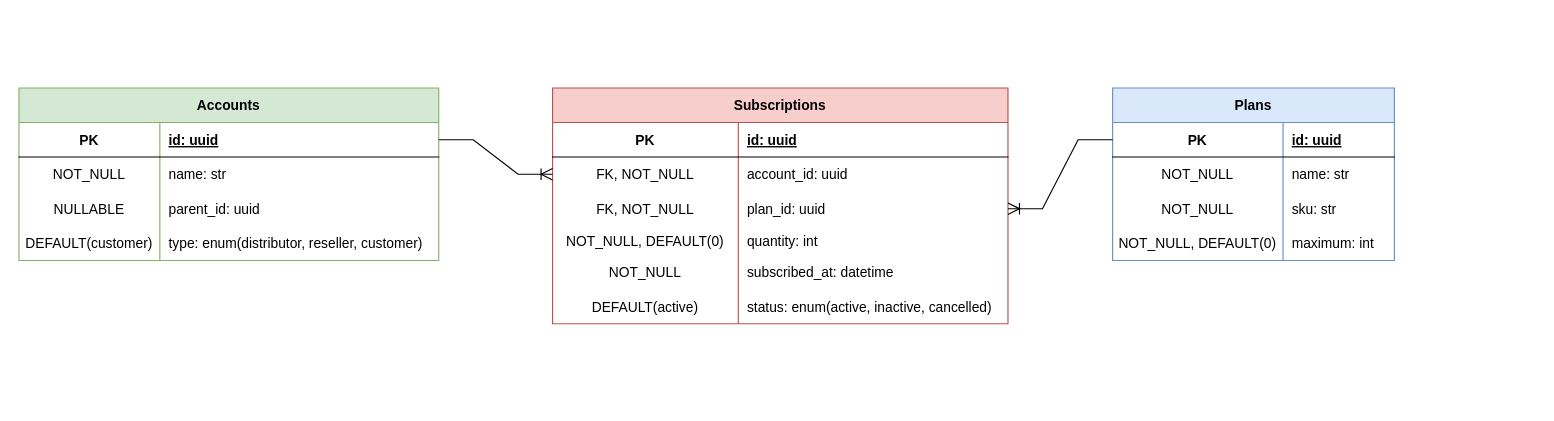
Before: page "E/R Model" (2 of 2) of diagrams.drawio in othercodes/sparring-storage, a draw.io diagram. Source tidied: cells renumbered, new cells numbered last; positions are measured from the earlier drawing's top-left corner, leaving out a move shared by most shapes. Both pictures are drawn from the tidied source at 115%, with x=0, y=0 at pixel (18, 87).
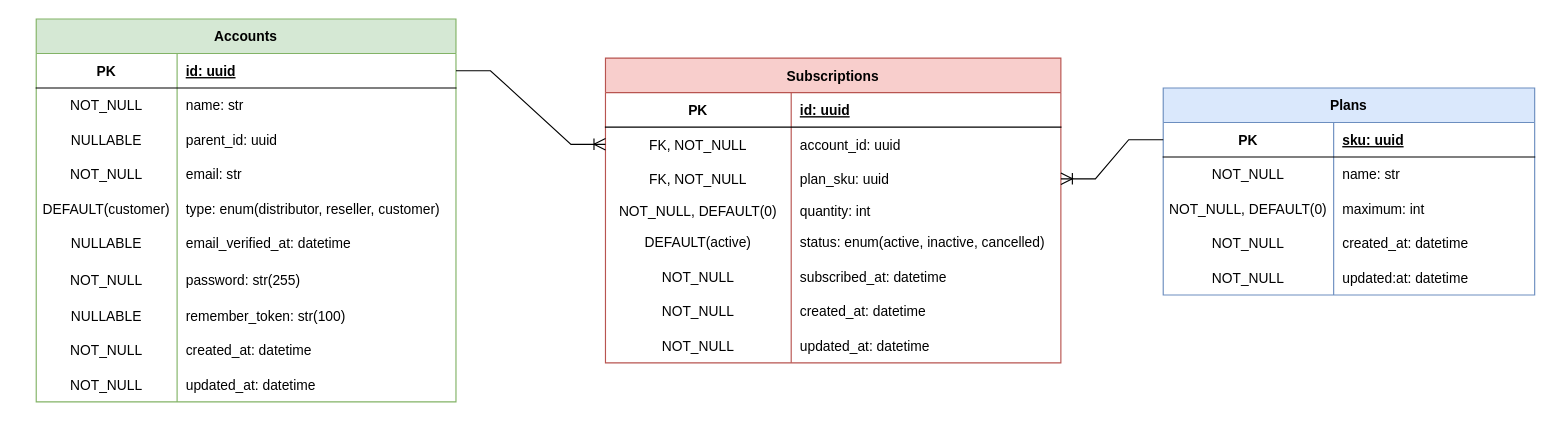
After the change.

Unchanged cells that the change refers to:
```xml
<mxCell id="9" style="shape=tableRow;horizontal=0;startSize=0;swimlaneHead=0;swimlaneBody=0;fillColor=none;points=[[0,0.5],[1,0.5]];portConstraint=eastwest;top=0;left=0;right=0;bottom=0;hachureGap=4;" parent="2" vertex="1">
  <mxGeometry y="90" width="396" height="30" as="geometry" />
</mxCell>
```

Change to the diagram source:
```diff
@@
     <mxCell id="2" value="Subscriptions" style="shape=table;startSize=30;childLayout=tableLayout;rowLines=0;fontStyle=1;align=center;hachureGap=4;fillColor=#f8cecc;strokeColor=#b85450;" parent="1" vertex="1">
-      <mxGeometry x="464" width="396" height="205" as="geometry" />
+      <mxGeometry x="510" y="-26" width="396" height="265" as="geometry" />
     </mxCell>
@@
-    <mxCell id="11" value="plan_id: uuid" style="shape=partialRectangle;fillColor=none;top=0;left=0;bottom=0;right=0;align=left;spacingLeft=6;overflow=hidden;hachureGap=4;" parent="9" vertex="1">
+    <mxCell id="11" value="plan_sku: uuid" style="shape=partialRectangle;fillColor=none;top=0;left=0;bottom=0;right=0;align=left;spacingLeft=6;overflow=hidden;hachureGap=4;" parent="9" vertex="1">
       <mxGeometry x="161.5" width="234.5" height="30" as="geometry" />
     </mxCell>
@@
+    <mxCell id="18" style="shape=tableRow;horizontal=0;startSize=0;swimlaneHead=0;swimlaneBody=0;fillColor=none;top=0;left=0;right=0;bottom=0;hachureGap=4;" parent="2" vertex="1">
+      <mxGeometry y="145" width="396" height="30" as="geometry" />
+    </mxCell>
+    <mxCell id="19" value="DEFAULT(active)" style="shape=partialRectangle;fillColor=none;top=0;left=0;bottom=0;right=0;overflow=hidden;hachureGap=4;" parent="18" vertex="1">
+      <mxGeometry width="161.5" height="30" as="geometry" />
+    </mxCell>
+    <mxCell id="20" value="status: enum(active, inactive, cancelled)" style="shape=partialRectangle;fillColor=none;top=0;left=0;bottom=0;right=0;align=left;spacingLeft=6;overflow=hidden;hachureGap=4;" parent="18" vertex="1">
+      <mxGeometry x="161.5" width="234.5" height="30" as="geometry" />
+    </mxCell>
     <mxCell id="15" style="shape=tableRow;horizontal=0;startSize=0;swimlaneHead=0;swimlaneBody=0;fillColor=none;top=0;left=0;right=0;bottom=0;hachureGap=4;" parent="2" vertex="1">
-      <mxGeometry y="145" width="396" height="30" as="geometry" />
+      <mxGeometry y="175" width="396" height="30" as="geometry" />
     </mxCell>
@@
-    <mxCell id="18" style="shape=tableRow;horizontal=0;startSize=0;swimlaneHead=0;swimlaneBody=0;fillColor=none;top=0;left=0;right=0;bottom=0;hachureGap=4;" parent="2" vertex="1">
-      <mxGeometry y="175" width="396" height="30" as="geometry" />
-    </mxCell>
-    <mxCell id="19" value="DEFAULT(active)" style="shape=partialRectangle;fillColor=none;top=0;left=0;bottom=0;right=0;overflow=hidden;hachureGap=4;" parent="18" vertex="1">
-      <mxGeometry width="161.5" height="30" as="geometry" />
-    </mxCell>
-    <mxCell id="20" value="status: enum(active, inactive, cancelled)" style="shape=partialRectangle;fillColor=none;top=0;left=0;bottom=0;right=0;align=left;spacingLeft=6;overflow=hidden;hachureGap=4;" parent="18" vertex="1">
-      <mxGeometry x="161.5" width="234.5" height="30" as="geometry" />
-    </mxCell>
+    <mxCell id="49" style="shape=tableRow;horizontal=0;startSize=0;swimlaneHead=0;swimlaneBody=0;fillColor=none;top=0;left=0;right=0;bottom=0;hachureGap=4;" parent="2" vertex="1">
+      <mxGeometry y="205" width="396" height="30" as="geometry" />
+    </mxCell>
+    <mxCell id="50" value="NOT_NULL" style="shape=partialRectangle;fillColor=none;top=0;left=0;bottom=0;right=0;overflow=hidden;hachureGap=4;" parent="49" vertex="1">
+      <mxGeometry width="161.5" height="30" as="geometry" />
+    </mxCell>
+    <mxCell id="51" value="created_at: datetime" style="shape=partialRectangle;fillColor=none;top=0;left=0;bottom=0;right=0;align=left;spacingLeft=6;overflow=hidden;hachureGap=4;" parent="49" vertex="1">
+      <mxGeometry x="161.5" width="234.5" height="30" as="geometry" />
+    </mxCell>
+    <mxCell id="52" style="shape=tableRow;horizontal=0;startSize=0;swimlaneHead=0;swimlaneBody=0;fillColor=none;top=0;left=0;right=0;bottom=0;hachureGap=4;" parent="2" vertex="1">
+      <mxGeometry y="235" width="396" height="30" as="geometry" />
+    </mxCell>
+    <mxCell id="53" value="NOT_NULL" style="shape=partialRectangle;fillColor=none;top=0;left=0;bottom=0;right=0;overflow=hidden;hachureGap=4;" parent="52" vertex="1">
+      <mxGeometry width="161.5" height="30" as="geometry" />
+    </mxCell>
+    <mxCell id="54" value="updated_at: datetime" style="shape=partialRectangle;fillColor=none;top=0;left=0;bottom=0;right=0;align=left;spacingLeft=6;overflow=hidden;hachureGap=4;" parent="52" vertex="1">
+      <mxGeometry x="161.5" width="234.5" height="30" as="geometry" />
+    </mxCell>
     <mxCell id="21" value="Accounts" style="shape=table;startSize=30;childLayout=tableLayout;rowLines=0;fontStyle=1;align=center;hachureGap=4;fillColor=#d5e8d4;strokeColor=#82b366;" parent="1" vertex="1">
-      <mxGeometry width="365" height="150" as="geometry" />
+      <mxGeometry x="15" y="-60" width="365" height="333" as="geometry" />
     </mxCell>
@@
+    <mxCell id="55" style="shape=tableRow;horizontal=0;startSize=0;swimlaneHead=0;swimlaneBody=0;fillColor=none;top=0;left=0;right=0;bottom=0;hachureGap=4;" parent="21" vertex="1">
+      <mxGeometry y="120" width="365" height="30" as="geometry" />
+    </mxCell>
+    <mxCell id="56" value="NOT_NULL" style="shape=partialRectangle;fillColor=none;top=0;left=0;bottom=0;right=0;overflow=hidden;hachureGap=4;" parent="55" vertex="1">
+      <mxGeometry width="122.5" height="30" as="geometry" />
+    </mxCell>
+    <mxCell id="57" value="email: str" style="shape=partialRectangle;fillColor=none;top=0;left=0;bottom=0;right=0;align=left;spacingLeft=6;overflow=hidden;hachureGap=4;" parent="55" vertex="1">
+      <mxGeometry x="122.5" width="242.5" height="30" as="geometry" />
+    </mxCell>
     <mxCell id="31" style="shape=tableRow;horizontal=0;startSize=0;swimlaneHead=0;swimlaneBody=0;fillColor=none;top=0;left=0;right=0;bottom=0;hachureGap=4;" parent="21" vertex="1">
-      <mxGeometry y="120" width="365" height="30" as="geometry" />
+      <mxGeometry y="150" width="365" height="30" as="geometry" />
     </mxCell>
@@
+    <mxCell id="58" style="shape=tableRow;horizontal=0;startSize=0;swimlaneHead=0;swimlaneBody=0;fillColor=none;top=0;left=0;right=0;bottom=0;hachureGap=4;" parent="21" vertex="1">
+      <mxGeometry y="180" width="365" height="30" as="geometry" />
+    </mxCell>
+    <mxCell id="59" value="NULLABLE" style="shape=partialRectangle;fillColor=none;top=0;left=0;bottom=0;right=0;overflow=hidden;hachureGap=4;" parent="58" vertex="1">
+      <mxGeometry width="122.5" height="30" as="geometry" />
+    </mxCell>
+    <mxCell id="60" value="email_verified_at: datetime" style="shape=partialRectangle;fillColor=none;top=0;left=0;bottom=0;right=0;align=left;spacingLeft=6;overflow=hidden;hachureGap=4;" parent="58" vertex="1">
+      <mxGeometry x="122.5" width="242.5" height="30" as="geometry" />
+    </mxCell>
+    <mxCell id="61" style="shape=tableRow;horizontal=0;startSize=0;swimlaneHead=0;swimlaneBody=0;fillColor=none;top=0;left=0;right=0;bottom=0;hachureGap=4;" parent="21" vertex="1">
+      <mxGeometry y="210" width="365" height="33" as="geometry" />
+    </mxCell>
+    <mxCell id="62" value="NOT_NULL" style="shape=partialRectangle;fillColor=none;top=0;left=0;bottom=0;right=0;overflow=hidden;hachureGap=4;" parent="61" vertex="1">
+      <mxGeometry width="122.5" height="33" as="geometry" />
+    </mxCell>
+    <mxCell id="63" value="password: str(255)" style="shape=partialRectangle;fillColor=none;top=0;left=0;bottom=0;right=0;align=left;spacingLeft=6;overflow=hidden;hachureGap=4;" parent="61" vertex="1">
+      <mxGeometry x="122.5" width="242.5" height="33" as="geometry" />
+    </mxCell>
+    <mxCell id="64" style="shape=tableRow;horizontal=0;startSize=0;swimlaneHead=0;swimlaneBody=0;fillColor=none;top=0;left=0;right=0;bottom=0;hachureGap=4;" parent="21" vertex="1">
+      <mxGeometry y="243" width="365" height="30" as="geometry" />
+    </mxCell>
+    <mxCell id="65" value="NULLABLE" style="shape=partialRectangle;fillColor=none;top=0;left=0;bottom=0;right=0;overflow=hidden;hachureGap=4;" parent="64" vertex="1">
+      <mxGeometry width="122.5" height="30" as="geometry" />
+    </mxCell>
+    <mxCell id="66" value="remember_token: str(100)" style="shape=partialRectangle;fillColor=none;top=0;left=0;bottom=0;right=0;align=left;spacingLeft=6;overflow=hidden;hachureGap=4;" parent="64" vertex="1">
+      <mxGeometry x="122.5" width="242.5" height="30" as="geometry" />
+    </mxCell>
+    <mxCell id="67" style="shape=tableRow;horizontal=0;startSize=0;swimlaneHead=0;swimlaneBody=0;fillColor=none;top=0;left=0;right=0;bottom=0;hachureGap=4;" parent="21" vertex="1">
+      <mxGeometry y="273" width="365" height="30" as="geometry" />
+    </mxCell>
+    <mxCell id="68" value="NOT_NULL" style="shape=partialRectangle;fillColor=none;top=0;left=0;bottom=0;right=0;overflow=hidden;hachureGap=4;" parent="67" vertex="1">
+      <mxGeometry width="122.5" height="30" as="geometry" />
+    </mxCell>
+    <mxCell id="69" value="created_at: datetime" style="shape=partialRectangle;fillColor=none;top=0;left=0;bottom=0;right=0;align=left;spacingLeft=6;overflow=hidden;hachureGap=4;" parent="67" vertex="1">
+      <mxGeometry x="122.5" width="242.5" height="30" as="geometry" />
+    </mxCell>
+    <mxCell id="70" style="shape=tableRow;horizontal=0;startSize=0;swimlaneHead=0;swimlaneBody=0;fillColor=none;top=0;left=0;right=0;bottom=0;hachureGap=4;" parent="21" vertex="1">
+      <mxGeometry y="303" width="365" height="30" as="geometry" />
+    </mxCell>
+    <mxCell id="71" value="NOT_NULL" style="shape=partialRectangle;fillColor=none;top=0;left=0;bottom=0;right=0;overflow=hidden;hachureGap=4;" parent="70" vertex="1">
+      <mxGeometry width="122.5" height="30" as="geometry" />
+    </mxCell>
+    <mxCell id="72" value="updated_at: datetime" style="shape=partialRectangle;fillColor=none;top=0;left=0;bottom=0;right=0;align=left;spacingLeft=6;overflow=hidden;hachureGap=4;" parent="70" vertex="1">
+      <mxGeometry x="122.5" width="242.5" height="30" as="geometry" />
+    </mxCell>
     <mxCell id="34" value="Plans" style="shape=table;startSize=30;childLayout=tableLayout;rowLines=0;fontStyle=1;align=center;hachureGap=4;fillColor=#dae8fc;strokeColor=#6c8ebf;" parent="1" vertex="1">
-      <mxGeometry x="951" width="245" height="150" as="geometry" />
+      <mxGeometry x="995" width="323" height="180" as="geometry" />
     </mxCell>
     <mxCell id="35" style="shape=tableRow;horizontal=0;startSize=0;swimlaneHead=0;swimlaneBody=0;fillColor=none;points=[[0,0.5],[1,0.5]];portConstraint=eastwest;top=0;left=0;right=0;bottom=1;hachureGap=4;" parent="34" vertex="1">
-      <mxGeometry y="30" width="245" height="30" as="geometry" />
+      <mxGeometry y="30" width="323" height="30" as="geometry" />
     </mxCell>
@@
-    <mxCell id="37" value="id: uuid" style="shape=partialRectangle;fillColor=none;top=0;left=0;bottom=0;right=0;align=left;spacingLeft=6;fontStyle=5;overflow=hidden;hachureGap=4;" parent="35" vertex="1">
-      <mxGeometry x="148.2" width="96.8" height="30" as="geometry" />
+    <mxCell id="37" value="sku: uuid" style="shape=partialRectangle;fillColor=none;top=0;left=0;bottom=0;right=0;align=left;spacingLeft=6;fontStyle=5;overflow=hidden;hachureGap=4;" parent="35" vertex="1">
+      <mxGeometry x="148.2" width="174.8" height="30" as="geometry" />
     </mxCell>
     <mxCell id="38" style="shape=tableRow;horizontal=0;startSize=0;swimlaneHead=0;swimlaneBody=0;fillColor=none;top=0;left=0;right=0;bottom=0;hachureGap=4;" parent="34" vertex="1">
-      <mxGeometry y="60" width="245" height="30" as="geometry" />
+      <mxGeometry y="60" width="323" height="30" as="geometry" />
     </mxCell>
@@
     <mxCell id="40" value="name: str" style="shape=partialRectangle;fillColor=none;top=0;left=0;bottom=0;right=0;align=left;spacingLeft=6;overflow=hidden;hachureGap=4;" parent="38" vertex="1">
-      <mxGeometry x="148.2" width="96.8" height="30" as="geometry" />
+      <mxGeometry x="148.2" width="174.8" height="30" as="geometry" />
     </mxCell>
-    <mxCell id="41" style="shape=tableRow;horizontal=0;startSize=0;swimlaneHead=0;swimlaneBody=0;fillColor=none;top=0;left=0;right=0;bottom=0;hachureGap=4;" parent="34" vertex="1">
-      <mxGeometry y="90" width="245" height="30" as="geometry" />
-    </mxCell>
-    <mxCell id="42" value="NOT_NULL" style="shape=partialRectangle;fillColor=none;top=0;left=0;bottom=0;right=0;overflow=hidden;hachureGap=4;" parent="41" vertex="1">
-      <mxGeometry width="148.2" height="30" as="geometry" />
-    </mxCell>
-    <mxCell id="43" value="sku: str" style="shape=partialRectangle;fillColor=none;top=0;left=0;bottom=0;right=0;align=left;spacingLeft=6;overflow=hidden;hachureGap=4;" parent="41" vertex="1">
-      <mxGeometry x="148.2" width="96.8" height="30" as="geometry" />
-    </mxCell>
     <mxCell id="44" style="shape=tableRow;horizontal=0;startSize=0;swimlaneHead=0;swimlaneBody=0;fillColor=none;top=0;left=0;right=0;bottom=0;hachureGap=4;" parent="34" vertex="1">
-      <mxGeometry y="120" width="245" height="30" as="geometry" />
+      <mxGeometry y="90" width="323" height="30" as="geometry" />
     </mxCell>
@@
     <mxCell id="46" value="maximum: int" style="shape=partialRectangle;fillColor=none;top=0;left=0;bottom=0;right=0;align=left;spacingLeft=6;overflow=hidden;hachureGap=4;" parent="44" vertex="1">
-      <mxGeometry x="148.2" width="96.8" height="30" as="geometry" />
+      <mxGeometry x="148.2" width="174.8" height="30" as="geometry" />
     </mxCell>
+    <mxCell id="73" style="shape=tableRow;horizontal=0;startSize=0;swimlaneHead=0;swimlaneBody=0;fillColor=none;top=0;left=0;right=0;bottom=0;hachureGap=4;" parent="34" vertex="1">
+      <mxGeometry y="120" width="323" height="30" as="geometry" />
+    </mxCell>
+    <mxCell id="74" value="NOT_NULL" style="shape=partialRectangle;fillColor=none;top=0;left=0;bottom=0;right=0;overflow=hidden;hachureGap=4;" parent="73" vertex="1">
+      <mxGeometry width="148.2" height="30" as="geometry" />
+    </mxCell>
+    <mxCell id="75" value="created_at: datetime" style="shape=partialRectangle;fillColor=none;top=0;left=0;bottom=0;right=0;align=left;spacingLeft=6;overflow=hidden;hachureGap=4;" parent="73" vertex="1">
+      <mxGeometry x="148.2" width="174.8" height="30" as="geometry" />
+    </mxCell>
+    <mxCell id="76" style="shape=tableRow;horizontal=0;startSize=0;swimlaneHead=0;swimlaneBody=0;fillColor=none;top=0;left=0;right=0;bottom=0;hachureGap=4;" parent="34" vertex="1">
+      <mxGeometry y="150" width="323" height="30" as="geometry" />
+    </mxCell>
+    <mxCell id="77" value="NOT_NULL" style="shape=partialRectangle;fillColor=none;top=0;left=0;bottom=0;right=0;overflow=hidden;hachureGap=4;" parent="76" vertex="1">
+      <mxGeometry width="148.2" height="30" as="geometry" />
+    </mxCell>
+    <mxCell id="78" value="updated:at: datetime" style="shape=partialRectangle;fillColor=none;top=0;left=0;bottom=0;right=0;align=left;spacingLeft=6;overflow=hidden;hachureGap=4;" parent="76" vertex="1">
+      <mxGeometry x="148.2" width="174.8" height="30" as="geometry" />
+    </mxCell>
```
